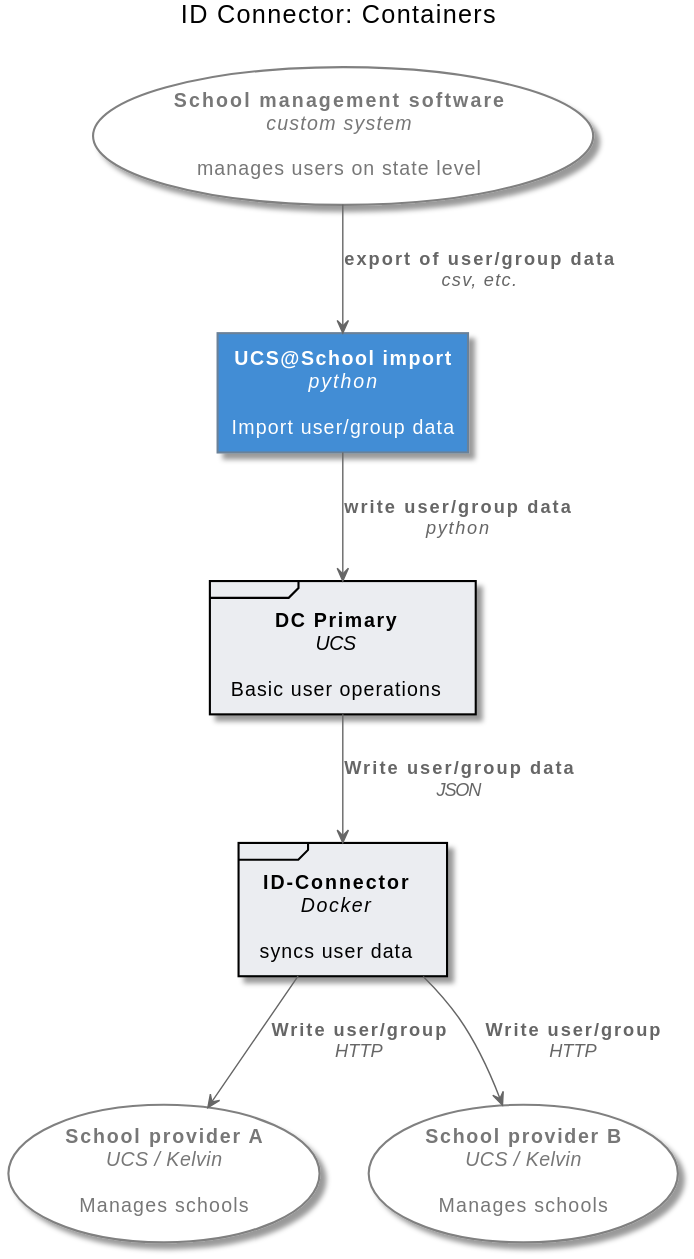
The PlantUML diagram docs/source/static/id-connector-containers-simplified.svg in univention/ucsschool-id-connector, before a commit. Its diagram source:
```plantuml
@startuml

title ID Connector: Containers\n




!include styling.puml



!include object_sms.puml
!include object_importer.puml
!include object_primary.puml


!include object_id_connector.puml

!include object_school_provider_a.puml
!include object_school_provider_b.puml

sms --> importer : <b>export of user/group data\n<i>csv, etc.
importer --> primary: <b>write user/group data\n<i>python

primary --> id_connector: <b>Write user/group data\n<i>JSON
id_connector --> school_provider_a:<b>Write user/group\n<i>HTTP
id_connector --> school_provider_b:<b>Write user/group\n<i>HTTP

@enduml
```
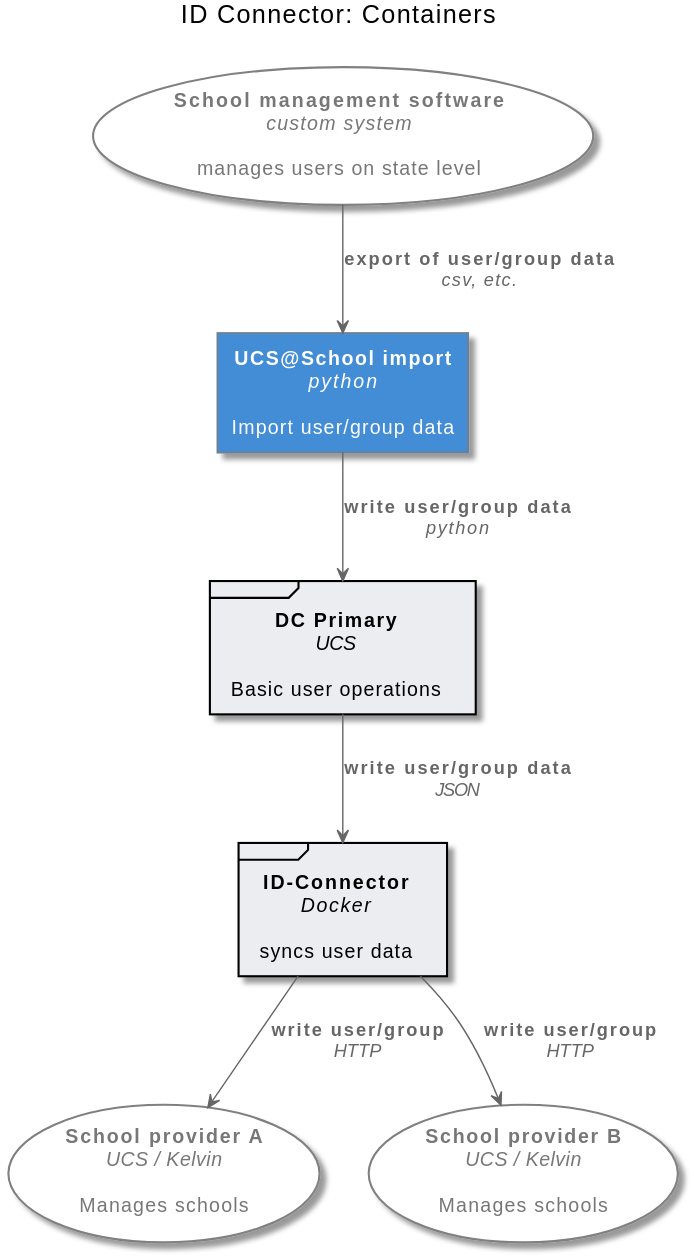
The same diagram one commit later.

The edit, as a diff of the source:
```diff
@@ -22,8 +22,8 @@
 sms --> importer : <b>export of user/group data\n<i>csv, etc.
 importer --> primary: <b>write user/group data\n<i>python
 
-primary --> id_connector: <b>Write user/group data\n<i>JSON
-id_connector --> school_provider_a:<b>Write user/group\n<i>HTTP
-id_connector --> school_provider_b:<b>Write user/group\n<i>HTTP
+primary --> id_connector: <b>write user/group data\n<i>JSON
+id_connector --> school_provider_a:<b>write user/group\n<i>HTTP
+id_connector --> school_provider_b:<b>write user/group\n<i>HTTP
 
 @enduml
```
